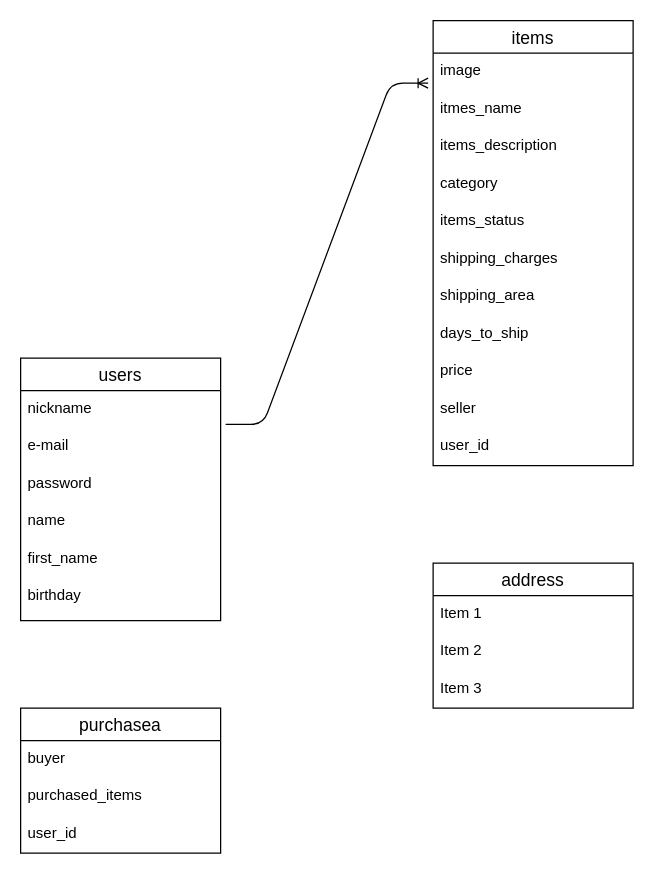
Earlier version of the draw.io diagram config/test.dio (NTD1995/furima-32323). Source tidied: cells renumbered, new cells numbered last; positions are measured from the earlier drawing's top-left corner, leaving out a move shared by most shapes. Both pictures are drawn from the tidied source at 125%, with x=0, y=0 at pixel (20, 20).
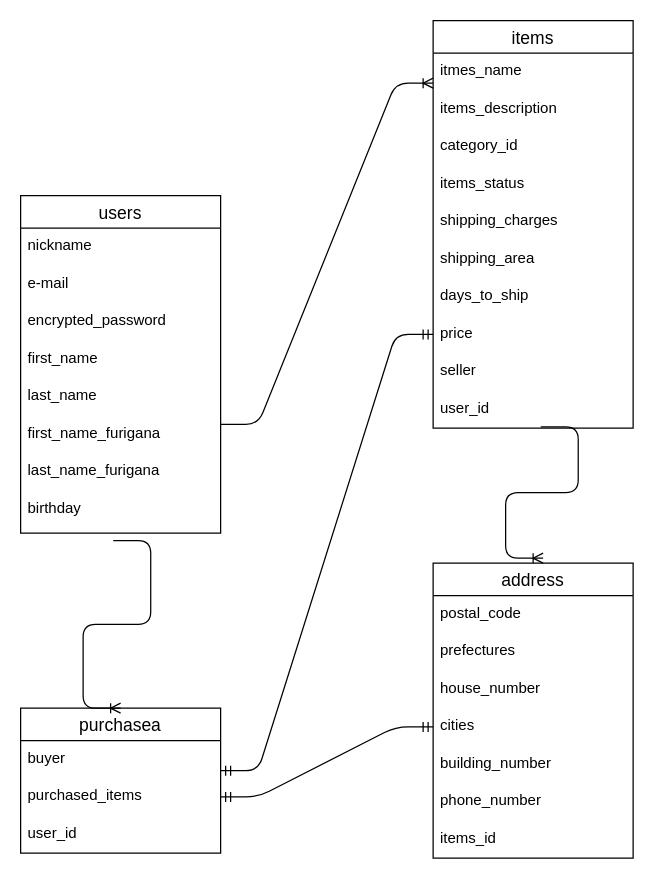
The same page after the edit.

Commit message (it also covers changes not shown here):
ER図とREADMEの変更

Unchanged cells that the change refers to:
```xml
<mxCell id="18" value="purchasea" style="swimlane;fontStyle=0;horizontal=1;startSize=26;align=center;fontSize=14;" parent="1" vertex="1">
  <mxGeometry y="550" width="160" height="116" as="geometry" />
</mxCell>
<mxCell id="20" value="purchased_items" style="text;strokeColor=none;fillColor=none;spacingLeft=4;spacingRight=4;overflow=hidden;points=[[0,0.5],[1,0.5]];portConstraint=eastwest;fontSize=12;" parent="18" vertex="1">
  <mxGeometry y="56" width="160" height="30" as="geometry" />
</mxCell>
<mxCell id="24" value="e-mail&#10;" style="text;strokeColor=none;fillColor=none;spacingLeft=4;spacingRight=4;overflow=hidden;points=[[0,0.5],[1,0.5]];portConstraint=eastwest;fontSize=12;" parent="22" vertex="1">
  <mxGeometry y="56" width="160" height="30" as="geometry" />
</mxCell>
```

Change to the diagram source:
```diff
@@
     <mxCell id="2" value="address" style="swimlane;fontStyle=0;horizontal=1;startSize=26;align=center;fontSize=14;" parent="1" vertex="1">
-      <mxGeometry x="330" y="434" width="160" height="116" as="geometry" />
+      <mxGeometry x="330" y="434" width="160" height="236" as="geometry" />
     </mxCell>
-    <mxCell id="3" value="Item 1" style="text;strokeColor=none;fillColor=none;spacingLeft=4;spacingRight=4;overflow=hidden;fontSize=12;" parent="2" vertex="1">
+    <mxCell id="3" value="postal_code" style="text;strokeColor=none;fillColor=none;spacingLeft=4;spacingRight=4;overflow=hidden;fontSize=12;" parent="2" vertex="1">
       <mxGeometry y="26" width="160" height="30" as="geometry" />
     </mxCell>
-    <mxCell id="4" value="Item 2" style="text;strokeColor=none;fillColor=none;spacingLeft=4;spacingRight=4;overflow=hidden;fontSize=12;" parent="2" vertex="1">
+    <mxCell id="4" value="prefectures" style="text;strokeColor=none;fillColor=none;spacingLeft=4;spacingRight=4;overflow=hidden;fontSize=12;" parent="2" vertex="1">
       <mxGeometry y="56" width="160" height="30" as="geometry" />
     </mxCell>
+    <mxCell id="30" value="house_number" style="text;strokeColor=none;fillColor=none;spacingLeft=4;spacingRight=4;overflow=hidden;fontSize=12;" parent="2" vertex="1">
+      <mxGeometry y="86" width="160" height="30" as="geometry" />
+    </mxCell>
-    <mxCell id="5" value="Item 3" style="text;strokeColor=none;fillColor=none;spacingLeft=4;spacingRight=4;overflow=hidden;points=[[0,0.5],[1,0.5]];portConstraint=eastwest;fontSize=12;" parent="2" vertex="1">
-      <mxGeometry y="86" width="160" height="30" as="geometry" />
+    <mxCell id="5" value="cities" style="text;strokeColor=none;fillColor=none;spacingLeft=4;spacingRight=4;overflow=hidden;points=[[0,0.5],[1,0.5]];portConstraint=eastwest;fontSize=12;" parent="2" vertex="1">
+      <mxGeometry y="116" width="160" height="30" as="geometry" />
     </mxCell>
+    <mxCell id="31" value="building_number" style="text;strokeColor=none;fillColor=none;spacingLeft=4;spacingRight=4;overflow=hidden;fontSize=12;" parent="2" vertex="1">
+      <mxGeometry y="146" width="160" height="30" as="geometry" />
+    </mxCell>
+    <mxCell id="32" value="phone_number" style="text;strokeColor=none;fillColor=none;spacingLeft=4;spacingRight=4;overflow=hidden;fontSize=12;" parent="2" vertex="1">
+      <mxGeometry y="176" width="160" height="30" as="geometry" />
+    </mxCell>
+    <mxCell id="33" value="items_id" style="text;strokeColor=none;fillColor=none;spacingLeft=4;spacingRight=4;overflow=hidden;fontSize=12;" parent="2" vertex="1">
+      <mxGeometry y="206" width="160" height="30" as="geometry" />
+    </mxCell>
     <mxCell id="6" value="items" style="swimlane;fontStyle=0;horizontal=1;startSize=26;align=center;fontSize=14;" parent="1" vertex="1">
-      <mxGeometry x="330" width="160" height="356" as="geometry" />
+      <mxGeometry x="330" width="160" height="326" as="geometry" />
     </mxCell>
-    <mxCell id="7" value="image" style="text;strokeColor=none;fillColor=none;spacingLeft=4;spacingRight=4;overflow=hidden;points=[[0,0.5],[1,0.5]];portConstraint=eastwest;fontSize=12;" parent="6" vertex="1">
-      <mxGeometry y="26" width="160" height="30" as="geometry" />
-    </mxCell>
     <mxCell id="8" value="itmes_name" style="text;strokeColor=none;fillColor=none;spacingLeft=4;spacingRight=4;overflow=hidden;fontSize=12;" parent="6" vertex="1">
-      <mxGeometry y="56" width="160" height="30" as="geometry" />
+      <mxGeometry y="26" width="160" height="30" as="geometry" />
     </mxCell>
     <mxCell id="9" value="items_description" style="text;strokeColor=none;fillColor=none;spacingLeft=4;spacingRight=4;overflow=hidden;fontSize=12;" parent="6" vertex="1">
-      <mxGeometry y="86" width="160" height="30" as="geometry" />
+      <mxGeometry y="56" width="160" height="30" as="geometry" />
     </mxCell>
-    <mxCell id="10" value="category" style="text;strokeColor=none;fillColor=none;spacingLeft=4;spacingRight=4;overflow=hidden;fontSize=12;" parent="6" vertex="1">
-      <mxGeometry y="116" width="160" height="30" as="geometry" />
+    <mxCell id="10" value="category_id" style="text;strokeColor=none;fillColor=none;spacingLeft=4;spacingRight=4;overflow=hidden;fontSize=12;" parent="6" vertex="1">
+      <mxGeometry y="86" width="160" height="30" as="geometry" />
     </mxCell>
     <mxCell id="11" value="items_status" style="text;strokeColor=none;fillColor=none;spacingLeft=4;spacingRight=4;overflow=hidden;fontSize=12;" parent="6" vertex="1">
-      <mxGeometry y="146" width="160" height="30" as="geometry" />
+      <mxGeometry y="116" width="160" height="30" as="geometry" />
     </mxCell>
     <mxCell id="12" value="shipping_charges" style="text;strokeColor=none;fillColor=none;spacingLeft=4;spacingRight=4;overflow=hidden;fontSize=12;" parent="6" vertex="1">
-      <mxGeometry y="176" width="160" height="30" as="geometry" />
+      <mxGeometry y="146" width="160" height="30" as="geometry" />
     </mxCell>
     <mxCell id="13" value="shipping_area" style="text;strokeColor=none;fillColor=none;spacingLeft=4;spacingRight=4;overflow=hidden;fontSize=12;" parent="6" vertex="1">
-      <mxGeometry y="206" width="160" height="30" as="geometry" />
+      <mxGeometry y="176" width="160" height="30" as="geometry" />
     </mxCell>
     <mxCell id="14" value="days_to_ship" style="text;strokeColor=none;fillColor=none;spacingLeft=4;spacingRight=4;overflow=hidden;fontSize=12;" parent="6" vertex="1">
-      <mxGeometry y="236" width="160" height="30" as="geometry" />
+      <mxGeometry y="206" width="160" height="30" as="geometry" />
     </mxCell>
     <mxCell id="15" value="price" style="text;strokeColor=none;fillColor=none;spacingLeft=4;spacingRight=4;overflow=hidden;points=[[0,0.5],[1,0.5]];portConstraint=eastwest;fontSize=12;" parent="6" vertex="1">
-      <mxGeometry y="266" width="160" height="30" as="geometry" />
+      <mxGeometry y="236" width="160" height="30" as="geometry" />
     </mxCell>
     <mxCell id="16" value="seller" style="text;strokeColor=none;fillColor=none;spacingLeft=4;spacingRight=4;overflow=hidden;fontSize=12;" parent="6" vertex="1">
-      <mxGeometry y="296" width="160" height="30" as="geometry" />
+      <mxGeometry y="266" width="160" height="30" as="geometry" />
     </mxCell>
     <mxCell id="17" value="user_id" style="text;strokeColor=none;fillColor=none;spacingLeft=4;spacingRight=4;overflow=hidden;points=[[0,0.5],[1,0.5]];portConstraint=eastwest;fontSize=12;" parent="6" vertex="1">
-      <mxGeometry y="326" width="160" height="30" as="geometry" />
+      <mxGeometry y="296" width="160" height="30" as="geometry" />
     </mxCell>
@@
+    <mxCell id="34" style="edgeStyle=entityRelationEdgeStyle;fontSize=12;html=1;endArrow=ERmandOne;startArrow=ERmandOne;entryX=0;entryY=0.5;entryDx=0;entryDy=0;" parent="18" edge="1" target="15">
+      <mxGeometry relative="1" as="geometry">
+        <mxPoint x="160" y="50" as="sourcePoint" />
+      </mxGeometry>
+    </mxCell>
@@
     <mxCell id="22" value="users" style="swimlane;fontStyle=0;horizontal=1;startSize=26;align=center;fontSize=14;" parent="1" vertex="1">
-      <mxGeometry y="270" width="160" height="210" as="geometry" />
+      <mxGeometry y="140" width="160" height="270" as="geometry" />
     </mxCell>
@@
-    <mxCell id="25" value="password" style="text;strokeColor=none;fillColor=none;spacingLeft=4;spacingRight=4;overflow=hidden;fontSize=12;" parent="22" vertex="1">
+    <mxCell id="25" value="encrypted_password" style="text;strokeColor=none;fillColor=none;spacingLeft=4;spacingRight=4;overflow=hidden;fontSize=12;" parent="22" vertex="1">
       <mxGeometry y="86" width="160" height="30" as="geometry" />
     </mxCell>
+    <mxCell id="27" value="first_name" style="text;strokeColor=none;fillColor=none;spacingLeft=4;spacingRight=4;overflow=hidden;fontSize=12;" parent="22" vertex="1">
+      <mxGeometry y="116" width="160" height="30" as="geometry" />
+    </mxCell>
-    <mxCell id="26" value="name" style="text;strokeColor=none;fillColor=none;spacingLeft=4;spacingRight=4;overflow=hidden;fontSize=12;" parent="22" vertex="1">
-      <mxGeometry y="116" width="160" height="30" as="geometry" />
+    <mxCell id="26" value="last_name" style="text;strokeColor=none;fillColor=none;spacingLeft=4;spacingRight=4;overflow=hidden;fontSize=12;" parent="22" vertex="1">
+      <mxGeometry y="146" width="160" height="30" as="geometry" />
     </mxCell>
-    <mxCell id="27" value="first_name" style="text;strokeColor=none;fillColor=none;spacingLeft=4;spacingRight=4;overflow=hidden;fontSize=12;" parent="22" vertex="1">
-      <mxGeometry y="146" width="160" height="30" as="geometry" />
-    </mxCell>
+    <mxCell id="35" value="first_name_furigana" style="text;strokeColor=none;fillColor=none;spacingLeft=4;spacingRight=4;overflow=hidden;fontSize=12;" parent="22" vertex="1">
+      <mxGeometry y="176" width="160" height="30" as="geometry" />
+    </mxCell>
+    <mxCell id="36" value="last_name_furigana" style="text;strokeColor=none;fillColor=none;spacingLeft=4;spacingRight=4;overflow=hidden;fontSize=12;" parent="22" vertex="1">
+      <mxGeometry y="206" width="160" height="30" as="geometry" />
+    </mxCell>
     <mxCell id="28" value="birthday" style="text;strokeColor=none;fillColor=none;spacingLeft=4;spacingRight=4;overflow=hidden;points=[[0,0.5],[1,0.5]];portConstraint=eastwest;fontSize=12;" parent="22" vertex="1">
-      <mxGeometry y="176" width="160" height="34" as="geometry" />
+      <mxGeometry y="236" width="160" height="34" as="geometry" />
     </mxCell>
-    <mxCell id="29" style="edgeStyle=entityRelationEdgeStyle;fontSize=12;html=1;endArrow=ERoneToMany;exitX=1.025;exitY=-0.1;exitDx=0;exitDy=0;exitPerimeter=0;entryX=-0.025;entryY=0.8;entryDx=0;entryDy=0;entryPerimeter=0;" parent="1" edge="1" source="24" target="7">
-      <mxGeometry relative="1" as="geometry" />
+    <mxCell id="29" style="edgeStyle=entityRelationEdgeStyle;fontSize=12;html=1;endArrow=ERoneToMany;" parent="1" edge="1">
+      <mxGeometry relative="1" as="geometry">
+        <mxPoint x="160" y="323" as="sourcePoint" />
+        <mxPoint x="330" y="50" as="targetPoint" />
+      </mxGeometry>
     </mxCell>
+    <mxCell id="37" style="edgeStyle=entityRelationEdgeStyle;fontSize=12;html=1;endArrow=ERoneToMany;exitX=0.538;exitY=0.967;exitDx=0;exitDy=0;exitPerimeter=0;" parent="1" edge="1" source="17">
+      <mxGeometry relative="1" as="geometry">
+        <mxPoint x="418" y="430" as="targetPoint" />
+      </mxGeometry>
+    </mxCell>
+    <mxCell id="38" style="edgeStyle=entityRelationEdgeStyle;fontSize=12;html=1;endArrow=ERoneToMany;exitX=0.463;exitY=1.176;exitDx=0;exitDy=0;exitPerimeter=0;entryX=0.5;entryY=0;entryDx=0;entryDy=0;" parent="1" edge="1" source="28" target="18">
+      <mxGeometry relative="1" as="geometry" />
+    </mxCell>
+    <mxCell id="39" style="edgeStyle=entityRelationEdgeStyle;fontSize=12;html=1;endArrow=ERmandOne;startArrow=ERmandOne;exitX=1;exitY=0.5;exitDx=0;exitDy=0;entryX=0;entryY=0.5;entryDx=0;entryDy=0;" parent="1" edge="1" source="20" target="5">
+      <mxGeometry relative="1" as="geometry" />
+    </mxCell>
```
